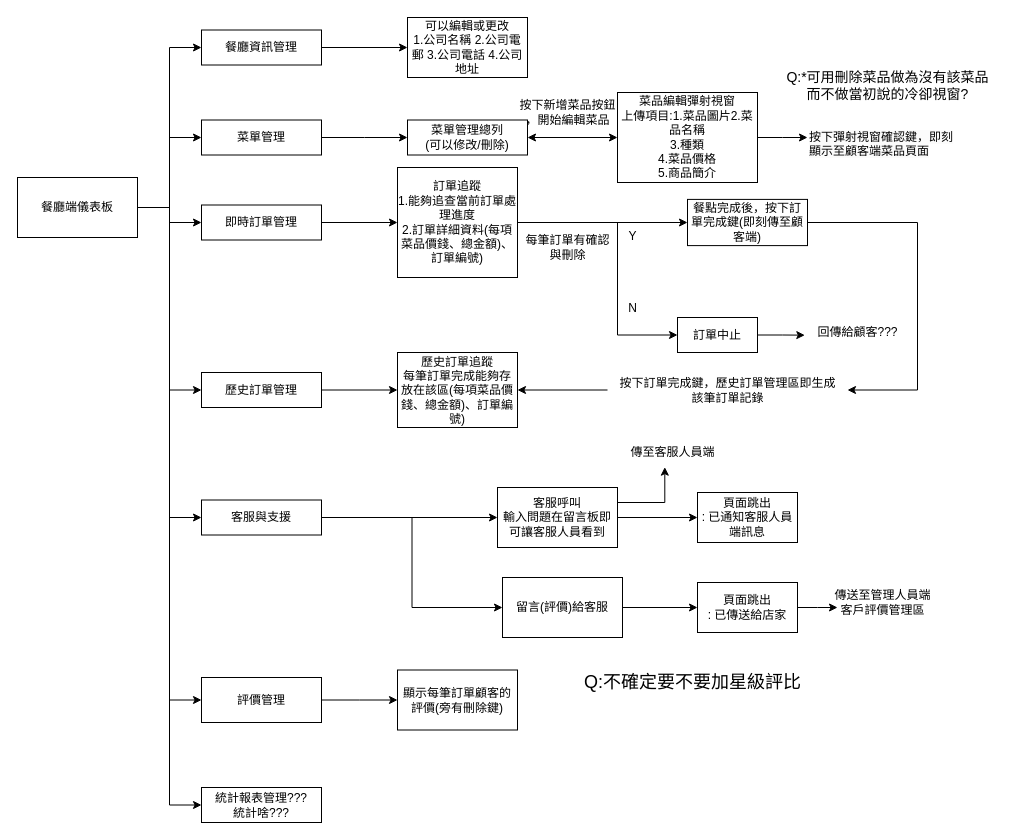
Before: page "餐廳端行為" (2 of 3) of 流程圖.drawio in yupm15/project2, a draw.io diagram. Source tidied: cells renumbered, new cells numbered last; positions are measured from the earlier drawing's top-left corner, leaving out a move shared by most shapes. Both pictures are drawn from the tidied source at 100%, with x=0, y=0 at pixel (17, 17).
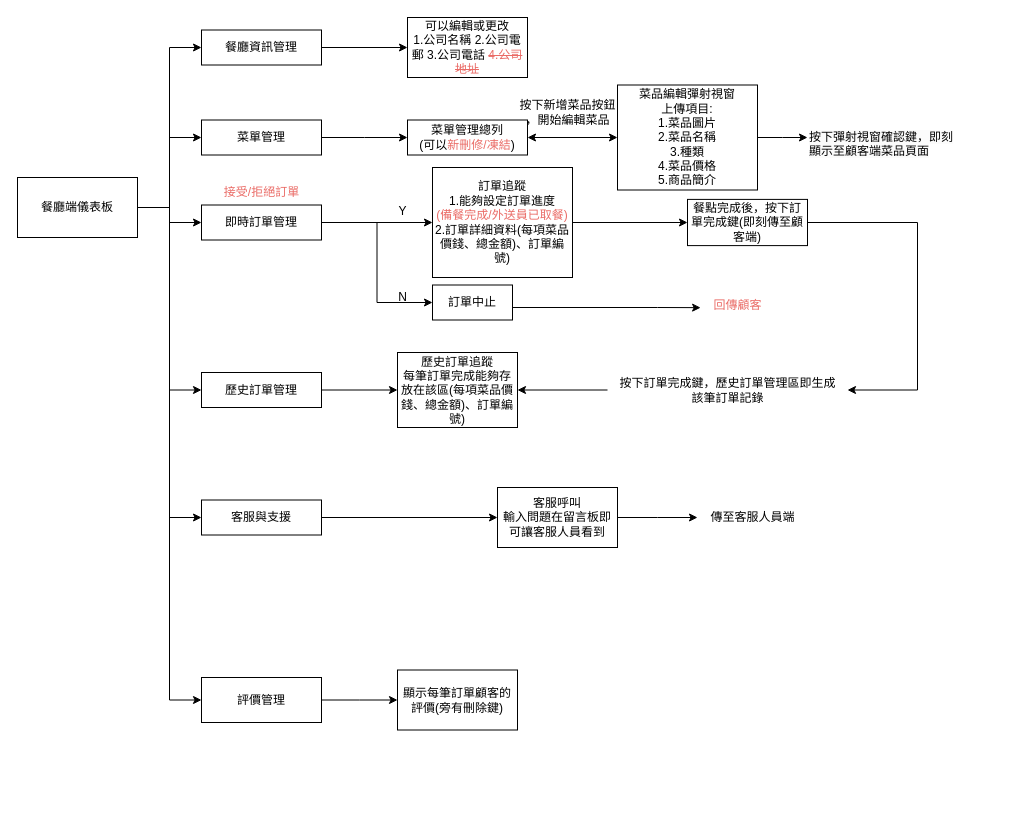
The same diagram, later.

Unchanged cells that the change refers to:
```xml
<mxCell id="9" value="餐廳端儀表板" style="rounded=0;whiteSpace=wrap;html=1;" parent="1" vertex="1">
  <mxGeometry y="160" width="120" height="60" as="geometry" />
</mxCell>
<mxCell id="15" value="即時訂單管理" style="rounded=0;whiteSpace=wrap;html=1;" parent="1" vertex="1">
  <mxGeometry x="184" y="187.5" width="120" height="35" as="geometry" />
</mxCell>
<mxCell id="20" value="客服與支援" style="rounded=0;whiteSpace=wrap;html=1;" parent="1" vertex="1">
  <mxGeometry x="184" y="482.5" width="120" height="35" as="geometry" />
</mxCell>
<mxCell id="23" value="客服呼叫&lt;br&gt;輸入問題在留言板即可讓客服人員看到" style="rounded=0;whiteSpace=wrap;html=1;" parent="1" vertex="1">
  <mxGeometry x="480" y="470" width="120" height="60" as="geometry" />
</mxCell>
```

The edit, as a diff of the source:
```diff
@@
-    <mxCell id="8" style="edgeStyle=orthogonalEdgeStyle;rounded=0;jettySize=auto;html=1;entryX=0;entryY=0.5;entryDx=0;entryDy=0;" parent="1" edge="1" source="9" target="28">
-      <mxGeometry relative="1" as="geometry" />
-    </mxCell>
@@
+    <mxCell id="57" style="edgeStyle=orthogonalEdgeStyle;rounded=0;jettySize=auto;html=1;entryX=0;entryY=0.5;entryDx=0;entryDy=0;" parent="1" edge="1" source="15" target="45">
+      <mxGeometry relative="1" as="geometry" />
+    </mxCell>
@@
-    <mxCell id="19" style="edgeStyle=orthogonalEdgeStyle;rounded=0;jettySize=auto;html=1;entryX=0;entryY=0.5;entryDx=0;entryDy=0;" parent="1" edge="1" source="20" target="51">
-      <mxGeometry relative="1" as="geometry" />
-    </mxCell>
@@
-    <mxCell id="21" style="edgeStyle=orthogonalEdgeStyle;rounded=0;jettySize=auto;html=1;" parent="1" edge="1" source="23" target="25">
-      <mxGeometry relative="1" as="geometry" />
+    <mxCell id="21" style="edgeStyle=orthogonalEdgeStyle;rounded=0;jettySize=auto;html=1;" parent="1" edge="1" source="23">
+      <mxGeometry relative="1" as="geometry">
+        <mxPoint x="680" y="500" as="targetPoint" />
+      </mxGeometry>
     </mxCell>
-    <mxCell id="22" style="edgeStyle=orthogonalEdgeStyle;rounded=0;jettySize=auto;html=1;exitX=1;exitY=0.25;exitDx=0;exitDy=0;entryX=0.43;entryY=0.989;entryDx=0;entryDy=0;entryPerimeter=0;" parent="1" edge="1" source="23" target="24">
-      <mxGeometry relative="1" as="geometry" />
-    </mxCell>
@@
     <mxCell id="24" value="傳至客服人員端" style="text;html=1;align=center;verticalAlign=middle;points=[];strokeColor=none;fillColor=none;" parent="1" vertex="1">
-      <mxGeometry x="600" y="420" width="110" height="30" as="geometry" />
+      <mxGeometry x="680" y="485" width="110" height="30" as="geometry" />
     </mxCell>
-    <mxCell id="25" value="頁面跳出&lt;br&gt;: 已通知客服人員端訊息" style="rounded=0;whiteSpace=wrap;html=1;" parent="1" vertex="1">
-      <mxGeometry x="680" y="475" width="100" height="50" as="geometry" />
-    </mxCell>
@@
-    <mxCell id="28" value="統計報表管理???&lt;br&gt;統計啥???" style="rounded=0;whiteSpace=wrap;html=1;" parent="1" vertex="1">
-      <mxGeometry x="184" y="770" width="120" height="35" as="geometry" />
-    </mxCell>
-    <mxCell id="29" value="可以編輯或更改&lt;br&gt;1.公司名稱 2.公司電郵 3.公司電話 4.公司地址" style="rounded=0;whiteSpace=wrap;html=1;" parent="1" vertex="1">
+    <mxCell id="29" value="可以編輯或更改&lt;br&gt;1.公司名稱 2.公司電郵 3.公司電話 &lt;font color=&quot;#ea6b66&quot;&gt;&lt;strike&gt;4.公司地址&lt;/strike&gt;&lt;/font&gt;" style="rounded=0;whiteSpace=wrap;html=1;" parent="1" vertex="1">
       <mxGeometry x="390" width="120" height="60" as="geometry" />
     </mxCell>
@@
-    <mxCell id="32" value="菜品編輯彈射視窗&lt;br&gt;上傳項目:1.菜品圖片2.菜品名稱&lt;br&gt;3.種類&lt;br&gt;4.菜品價格&lt;br&gt;5.商品簡介" style="rounded=0;whiteSpace=wrap;html=1;" parent="1" vertex="1">
-      <mxGeometry x="600" y="75" width="140" height="90" as="geometry" />
+    <mxCell id="32" value="菜品編輯彈射視窗&lt;br&gt;上傳項目:&lt;br&gt;1.菜品圖片&lt;br&gt;2.菜品名稱&lt;br&gt;3.種類&lt;br&gt;4.菜品價格&lt;br&gt;5.商品簡介" style="rounded=0;whiteSpace=wrap;html=1;" parent="1" vertex="1">
+      <mxGeometry x="600" y="67.5" width="140" height="105" as="geometry" />
     </mxCell>
-    <mxCell id="33" value="菜單管理總列&lt;br&gt;(可以修改/刪除)" style="rounded=0;whiteSpace=wrap;html=1;" parent="1" vertex="1">
+    <mxCell id="33" value="菜單管理總列&lt;br&gt;(可以&lt;font color=&quot;#ea6b66&quot;&gt;新刪修/凍結&lt;/font&gt;)" style="rounded=0;whiteSpace=wrap;html=1;" parent="1" vertex="1">
       <mxGeometry x="390" y="102.5" width="120" height="35" as="geometry" />
     </mxCell>
@@
-    <mxCell id="37" style="edgeStyle=orthogonalEdgeStyle;rounded=0;jettySize=auto;html=1;entryX=0;entryY=0.5;entryDx=0;entryDy=0;" parent="1" edge="1" source="38" target="45">
-      <mxGeometry relative="1" as="geometry">
-        <Array as="points">
-          <mxPoint x="600" y="205" />
-          <mxPoint x="600" y="318" />
-        </Array>
-      </mxGeometry>
-    </mxCell>
-    <mxCell id="38" value="訂單追蹤&lt;br&gt;1.能夠追查當前訂單處理進度&lt;br&gt;2.訂單詳細資料(每項菜品價錢、總金額)、訂單編號)" style="rounded=0;whiteSpace=wrap;html=1;" parent="1" vertex="1">
-      <mxGeometry x="380" y="150" width="120" height="110" as="geometry" />
+    <mxCell id="38" value="訂單追蹤&lt;br&gt;1.能夠設定訂單進度&lt;br&gt;&lt;font color=&quot;#ea6b66&quot;&gt;(備餐完成/外送員已取餐)&lt;/font&gt;&lt;br&gt;2.訂單詳細資料(每項菜品價錢、總金額)、訂單編號)" style="rounded=0;whiteSpace=wrap;html=1;" parent="1" vertex="1">
+      <mxGeometry x="415" y="150" width="140" height="110" as="geometry" />
     </mxCell>
@@
-    <mxCell id="40" value="每筆訂單有確認&lt;br&gt;與刪除" style="text;html=1;align=center;verticalAlign=middle;strokeColor=none;fillColor=none;" parent="1" vertex="1">
-      <mxGeometry x="495" y="210" width="110" height="40" as="geometry" />
+    <mxCell id="40" value="&lt;font color=&quot;#ea6b66&quot;&gt;接受/拒絕訂單&lt;/font&gt;" style="text;html=1;align=center;verticalAlign=middle;strokeColor=none;fillColor=none;" parent="1" vertex="1">
+      <mxGeometry x="194" y="160" width="100" height="30" as="geometry" />
     </mxCell>
-    <mxCell id="41" value="&lt;font style=&quot;font-size: 14px;&quot;&gt;Q:*可用刪除菜品做為沒有該菜品&lt;br&gt;而不做當初說的冷卻視窗?&lt;/font&gt;" style="text;html=1;align=center;verticalAlign=middle;strokeColor=none;fillColor=none;" parent="1" vertex="1">
-      <mxGeometry x="755" y="42.5" width="230" height="50" as="geometry" />
-    </mxCell>
@@
     <mxCell id="44" style="edgeStyle=orthogonalEdgeStyle;rounded=0;jettySize=auto;html=1;entryX=-0.027;entryY=0.589;entryDx=0;entryDy=0;entryPerimeter=0;" parent="1" edge="1" source="45" target="47">
-      <mxGeometry relative="1" as="geometry" />
+      <mxGeometry relative="1" as="geometry">
+        <Array as="points">
+          <mxPoint x="640" y="290" />
+          <mxPoint x="640" y="290" />
+        </Array>
+      </mxGeometry>
     </mxCell>
     <mxCell id="45" value="訂單中止" style="rounded=0;whiteSpace=wrap;html=1;" parent="1" vertex="1">
-      <mxGeometry x="660" y="300" width="80" height="35" as="geometry" />
+      <mxGeometry x="415" y="267.5" width="80" height="35" as="geometry" />
     </mxCell>
-    <mxCell id="46" value="Y&lt;br&gt;&lt;br&gt;&lt;br&gt;&lt;br&gt;&lt;br&gt;N" style="text;html=1;align=center;verticalAlign=middle;strokeColor=none;fillColor=none;" parent="1" vertex="1">
-      <mxGeometry x="600" y="205" width="30" height="100" as="geometry" />
+    <mxCell id="46" value="Y&lt;br&gt;&lt;br&gt;&lt;br&gt;&lt;br&gt;&lt;br&gt;&lt;br&gt;N" style="text;html=1;align=center;verticalAlign=middle;strokeColor=none;fillColor=none;" parent="1" vertex="1">
+      <mxGeometry x="370" y="181.9" width="30" height="110" as="geometry" />
     </mxCell>
-    <mxCell id="47" value="回傳給顧客???" style="text;html=1;align=center;verticalAlign=middle;points=[];strokeColor=none;fillColor=none;" parent="1" vertex="1">
-      <mxGeometry x="790" y="300" width="100" height="30" as="geometry" />
+    <mxCell id="47" value="&lt;font color=&quot;#ea6b66&quot;&gt;回傳顧客&lt;/font&gt;" style="text;html=1;align=center;verticalAlign=middle;points=[];strokeColor=none;fillColor=none;" parent="1" vertex="1">
+      <mxGeometry x="685" y="272.5" width="70" height="30" as="geometry" />
     </mxCell>
@@
-    <mxCell id="50" style="edgeStyle=orthogonalEdgeStyle;rounded=0;jettySize=auto;html=1;entryX=0;entryY=0.5;entryDx=0;entryDy=0;" parent="1" edge="1" source="51" target="53">
-      <mxGeometry relative="1" as="geometry" />
-    </mxCell>
-    <mxCell id="51" value="留言(評價)給客服" style="rounded=0;whiteSpace=wrap;html=1;" parent="1" vertex="1">
-      <mxGeometry x="485" y="560" width="120" height="60" as="geometry" />
-    </mxCell>
-    <mxCell id="52" style="edgeStyle=orthogonalEdgeStyle;rounded=0;jettySize=auto;html=1;" parent="1" edge="1" source="53">
-      <mxGeometry relative="1" as="geometry">
-        <mxPoint x="820" y="590" as="targetPoint" />
-      </mxGeometry>
-    </mxCell>
-    <mxCell id="53" value="頁面跳出&lt;br&gt;: 已傳送給店家" style="rounded=0;whiteSpace=wrap;html=1;" parent="1" vertex="1">
-      <mxGeometry x="680" y="565" width="100" height="50" as="geometry" />
-    </mxCell>
@@
-    <mxCell id="55" value="傳送至管理人員端&lt;br&gt;客戶評價管理區" style="text;html=1;align=center;verticalAlign=middle;strokeColor=none;fillColor=none;" parent="1" vertex="1">
-      <mxGeometry x="805" y="565" width="120" height="40" as="geometry" />
-    </mxCell>
-    <mxCell id="56" value="&lt;font style=&quot;font-size: 18px;&quot;&gt;Q:不確定要不要加星級評比&lt;/font&gt;" style="text;html=1;align=center;verticalAlign=middle;strokeColor=none;fillColor=none;" parent="1" vertex="1">
-      <mxGeometry x="555" y="645" width="240" height="40" as="geometry" />
-    </mxCell>
```
